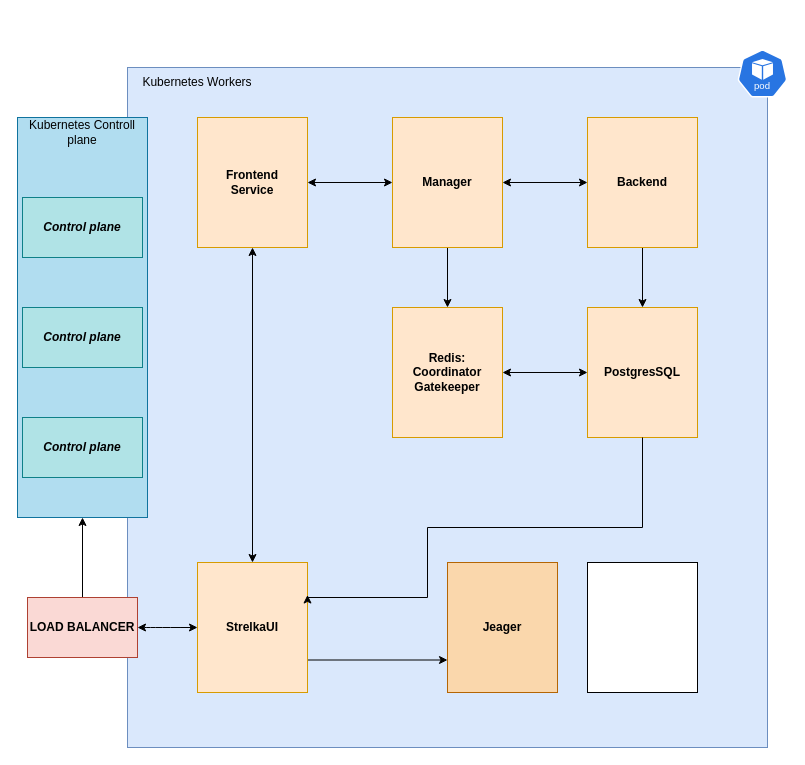
This is Strelka Diagram.drawio from EskilAl/Obsidian, a draw.io file, before an edit. Source tidied: cells renumbered, new cells numbered last; positions are measured from the earlier drawing's top-left corner, leaving out a move shared by most shapes. Both pictures are drawn from the tidied source at 100%, with x=0, y=0 at pixel (17, 49).
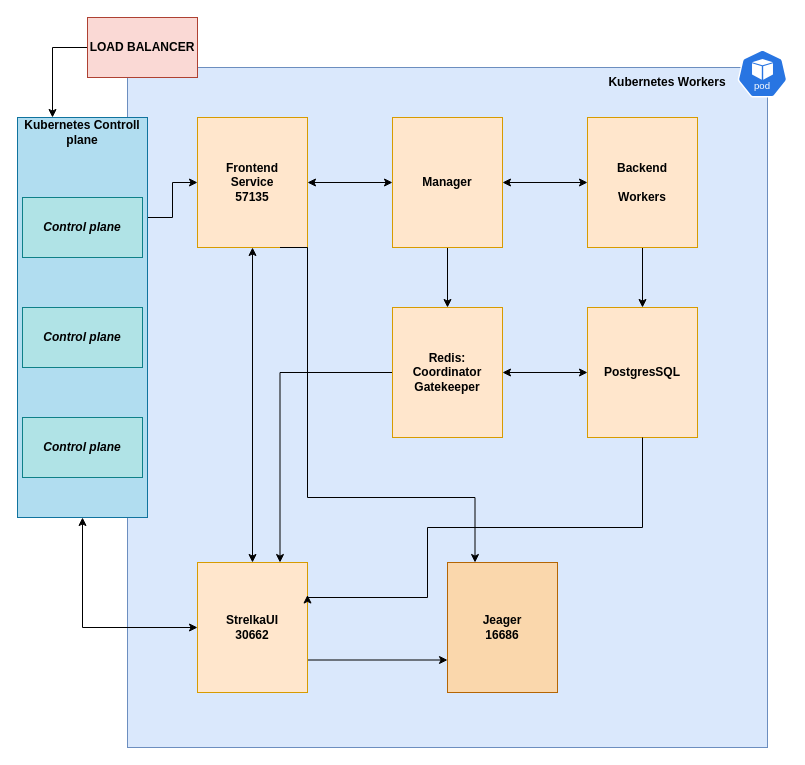
The same page after the edit.

Unchanged cells that the change refers to:
```xml
<mxCell id="11" value="&lt;div&gt;&lt;b&gt;Redis:&lt;/b&gt;&lt;/div&gt;&lt;div&gt;&lt;b&gt;Coordinator&lt;br&gt;Gatekeeper&lt;/b&gt;&lt;/div&gt;" style="rounded=0;whiteSpace=wrap;html=1;fillColor=#ffe6cc;strokeColor=#d79b00;" parent="1" vertex="1">
  <mxGeometry x="375" y="258" width="110" height="130" as="geometry" />
</mxCell>
<mxCell id="18" style="rounded=0;whiteSpace=wrap;html=1;fillColor=#b1ddf0;strokeColor=#10739e;" parent="1" vertex="1">
  <mxGeometry y="68" width="130" height="400" as="geometry" />
</mxCell>
```

The edit, as a diff of the source:
```diff
@@
-    <mxCell id="3" value="Kubernetes Workers" style="text;html=1;align=center;verticalAlign=middle;whiteSpace=wrap;rounded=0;" parent="1" vertex="1">
-      <mxGeometry x="110" y="18" width="140" height="30" as="geometry" />
+    <mxCell id="3" value="&lt;b&gt;Kubernetes Workers&lt;/b&gt;" style="text;html=1;align=center;verticalAlign=middle;whiteSpace=wrap;rounded=0;" parent="1" vertex="1">
+      <mxGeometry x="580" y="18" width="140" height="30" as="geometry" />
     </mxCell>
@@
-    <mxCell id="6" value="&lt;b&gt;Frontend&lt;br&gt;Service&lt;/b&gt;" style="rounded=0;whiteSpace=wrap;html=1;fillColor=#ffe6cc;strokeColor=#d79b00;" parent="1" vertex="1">
+    <mxCell id="6" value="&lt;b&gt;Frontend&lt;br&gt;Service&lt;/b&gt;&lt;div&gt;&lt;b&gt;57135&lt;/b&gt;&lt;/div&gt;" style="rounded=0;whiteSpace=wrap;html=1;fillColor=#ffe6cc;strokeColor=#d79b00;" parent="1" vertex="1">
       <mxGeometry x="180" y="68" width="110" height="130" as="geometry" />
     </mxCell>
@@
-    <mxCell id="10" style="rounded=0;whiteSpace=wrap;html=1;" parent="1" vertex="1">
-      <mxGeometry x="570" y="513" width="110" height="130" as="geometry" />
-    </mxCell>
+    <mxCell id="29" style="edgeStyle=orthogonalEdgeStyle;rounded=0;jettySize=auto;html=1;exitX=0;exitY=0.5;exitDx=0;exitDy=0;entryX=0.75;entryY=0;entryDx=0;entryDy=0;" parent="1" edge="1" source="11" target="17">
+      <mxGeometry relative="1" as="geometry" />
+    </mxCell>
@@
-    <mxCell id="12" value="&lt;b&gt;Jeager&lt;/b&gt;" style="rounded=0;whiteSpace=wrap;html=1;fillColor=#fad7ac;strokeColor=#b46504;" parent="1" vertex="1">
+    <mxCell id="12" value="&lt;div&gt;&lt;b&gt;Jeager&lt;/b&gt;&lt;/div&gt;&lt;div&gt;&lt;b&gt;16686&lt;/b&gt;&lt;/div&gt;" style="rounded=0;whiteSpace=wrap;html=1;fillColor=#fad7ac;strokeColor=#b46504;" parent="1" vertex="1">
       <mxGeometry x="430" y="513" width="110" height="130" as="geometry" />
     </mxCell>
@@
-    <mxCell id="17" value="&lt;b&gt;StrelkaUI&lt;/b&gt;" style="rounded=0;whiteSpace=wrap;html=1;fillColor=#ffe6cc;strokeColor=#d79b00;" parent="1" vertex="1">
+    <mxCell id="17" value="&lt;div&gt;&lt;b&gt;StrelkaUI&lt;/b&gt;&lt;/div&gt;&lt;div&gt;&lt;b&gt;30662&lt;/b&gt;&lt;/div&gt;" style="rounded=0;whiteSpace=wrap;html=1;fillColor=#ffe6cc;strokeColor=#d79b00;" parent="1" vertex="1">
       <mxGeometry x="180" y="513" width="110" height="130" as="geometry" />
     </mxCell>
+    <mxCell id="30" style="edgeStyle=orthogonalEdgeStyle;rounded=0;jettySize=auto;html=1;exitX=1;exitY=0.25;exitDx=0;exitDy=0;entryX=0;entryY=0.5;entryDx=0;entryDy=0;" parent="1" edge="1" source="18" target="6">
+      <mxGeometry relative="1" as="geometry" />
+    </mxCell>
+    <mxCell id="31" style="edgeStyle=orthogonalEdgeStyle;rounded=0;jettySize=auto;html=1;exitX=0.5;exitY=1;exitDx=0;exitDy=0;entryX=0;entryY=0.5;entryDx=0;entryDy=0;startArrow=classic;startFill=1;" parent="1" edge="1" source="18" target="17">
+      <mxGeometry relative="1" as="geometry" />
+    </mxCell>
@@
-    <mxCell id="20" value="&lt;div&gt;&lt;b&gt;Backend &lt;br&gt;&lt;/b&gt;&lt;/div&gt;" style="rounded=0;whiteSpace=wrap;html=1;fillColor=#ffe6cc;strokeColor=#d79b00;" parent="1" vertex="1">
+    <mxCell id="20" value="&lt;div&gt;&lt;b&gt;Backend &lt;br&gt;&lt;/b&gt;&lt;/div&gt;&lt;b&gt;&lt;br&gt;Workers&lt;/b&gt;" style="rounded=0;whiteSpace=wrap;html=1;fillColor=#ffe6cc;strokeColor=#d79b00;" parent="1" vertex="1">
       <mxGeometry x="570" y="68" width="110" height="130" as="geometry" />
     </mxCell>
-    <mxCell id="21" value="Kubernetes Controll plane" style="text;html=1;align=center;verticalAlign=middle;whiteSpace=wrap;rounded=0;" parent="1" vertex="1">
+    <mxCell id="21" value="&lt;b&gt;Kubernetes Controll plane&lt;/b&gt;" style="text;html=1;align=center;verticalAlign=middle;whiteSpace=wrap;rounded=0;" parent="1" vertex="1">
       <mxGeometry x="5" y="68" width="120" height="30" as="geometry" />
     </mxCell>
@@
-    <mxCell id="25" style="edgeStyle=orthogonalEdgeStyle;rounded=0;jettySize=auto;html=1;exitX=0.5;exitY=0;exitDx=0;exitDy=0;entryX=0.5;entryY=1;entryDx=0;entryDy=0;" parent="1" edge="1" source="27" target="18">
-      <mxGeometry relative="1" as="geometry" />
-    </mxCell>
-    <mxCell id="26" style="edgeStyle=orthogonalEdgeStyle;rounded=0;jettySize=auto;html=1;exitX=1;exitY=0.5;exitDx=0;exitDy=0;elbow=vertical;curved=1;startArrow=classic;startFill=1;" parent="1" edge="1" source="27" target="17">
-      <mxGeometry relative="1" as="geometry" />
-    </mxCell>
+    <mxCell id="32" style="edgeStyle=orthogonalEdgeStyle;rounded=0;jettySize=auto;html=1;exitX=0;exitY=0.5;exitDx=0;exitDy=0;entryX=0.25;entryY=0;entryDx=0;entryDy=0;" parent="1" edge="1" source="27" target="21">
+      <mxGeometry relative="1" as="geometry" />
+    </mxCell>
     <mxCell id="27" value="&lt;b&gt;&lt;br&gt;&lt;/b&gt;&lt;div&gt;&lt;b&gt;LOAD BALANCER&lt;/b&gt;&lt;/div&gt;&lt;div&gt;&lt;b&gt;&lt;br&gt;&lt;/b&gt;&lt;/div&gt;" style="rounded=0;whiteSpace=wrap;html=1;fillColor=#fad9d5;strokeColor=#ae4132;" parent="1" vertex="1">
-      <mxGeometry x="10" y="548" width="110" height="60" as="geometry" />
+      <mxGeometry x="70" y="-32" width="110" height="60" as="geometry" />
     </mxCell>
@@
+    <mxCell id="33" style="edgeStyle=orthogonalEdgeStyle;rounded=0;jettySize=auto;html=1;exitX=0.75;exitY=1;exitDx=0;exitDy=0;entryX=0.25;entryY=0;entryDx=0;entryDy=0;" parent="1" edge="1" source="6" target="12">
+      <mxGeometry relative="1" as="geometry">
+        <Array as="points">
+          <mxPoint x="290" y="198" />
+          <mxPoint x="290" y="448" />
+          <mxPoint x="458" y="448" />
+        </Array>
+      </mxGeometry>
+    </mxCell>
```
